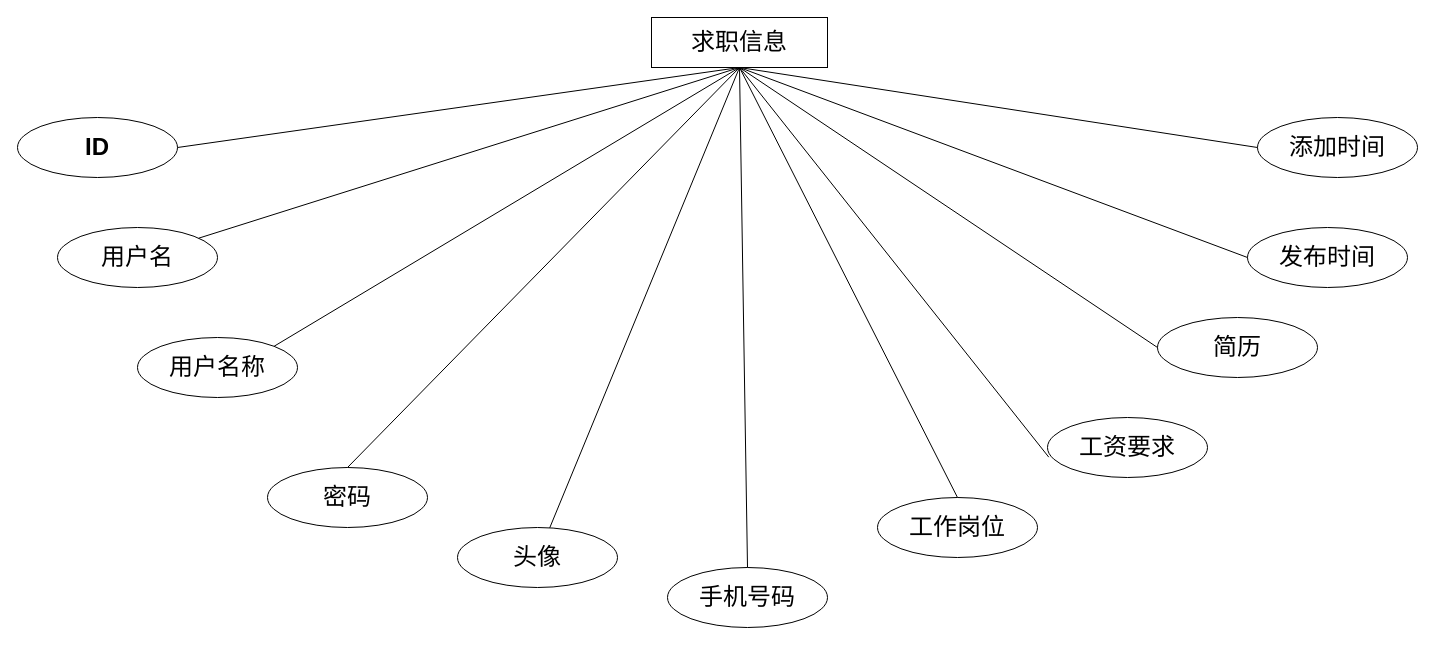
This is page "第 10 页" (10 of 16) of 未命名绘图.drawio from sangqiwei/sangqiwei, a draw.io file, before an edit. Source tidied: cells renumbered, new cells numbered last; positions are measured from the earlier drawing's top-left corner, leaving out a move shared by most shapes. Both pictures are drawn from the tidied source at 100%, with x=0, y=0 at pixel (17, 17).
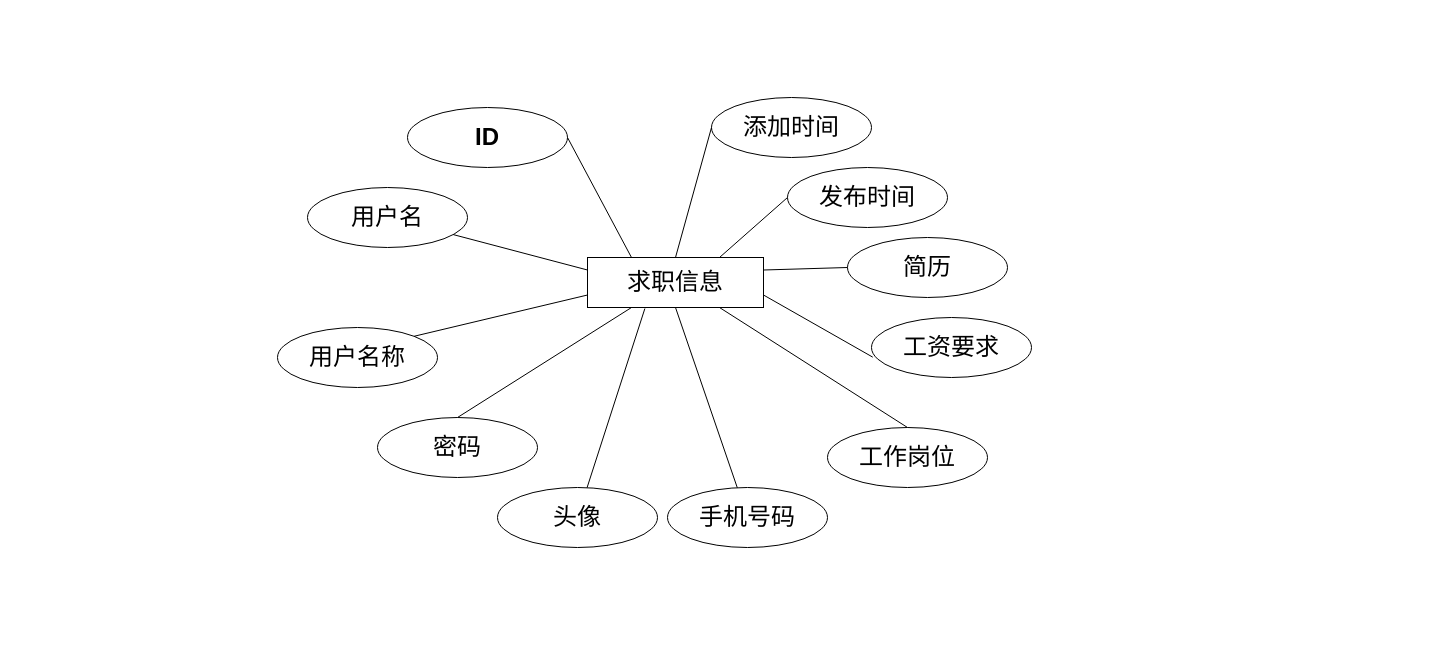
Above is the later version.

What changed in the source:
```diff
@@
     <mxCell id="2" value="&lt;span style=&quot;font-size: 24px;&quot;&gt;求职信息&lt;/span&gt;" style="whiteSpace=wrap;html=1;align=center;" parent="1" vertex="1">
-      <mxGeometry x="634" width="176" height="50" as="geometry" />
+      <mxGeometry x="570" y="240" width="176" height="50" as="geometry" />
     </mxCell>
     <mxCell id="3" value="&lt;font style=&quot;font-size: 24px;&quot;&gt;ID&lt;/font&gt;" style="ellipse;whiteSpace=wrap;html=1;align=center;fontStyle=1;" parent="1" vertex="1">
-      <mxGeometry y="100" width="160" height="60" as="geometry" />
+      <mxGeometry x="390" y="90" width="160" height="60" as="geometry" />
     </mxCell>
     <mxCell id="4" value="&lt;font style=&quot;font-size: 24px;&quot;&gt;用户名&lt;/font&gt;" style="ellipse;whiteSpace=wrap;html=1;align=center;" parent="1" vertex="1">
-      <mxGeometry x="40" y="210" width="160" height="60" as="geometry" />
+      <mxGeometry x="290" y="170" width="160" height="60" as="geometry" />
     </mxCell>
     <mxCell id="5" value="&lt;font style=&quot;font-size: 24px;&quot;&gt;密码&lt;/font&gt;" style="ellipse;whiteSpace=wrap;html=1;align=center;" parent="1" vertex="1">
-      <mxGeometry x="250" y="450" width="160" height="60" as="geometry" />
+      <mxGeometry x="360" y="400" width="160" height="60" as="geometry" />
     </mxCell>
     <mxCell id="6" value="&lt;font style=&quot;font-size: 24px;&quot;&gt;头像&lt;/font&gt;" style="ellipse;whiteSpace=wrap;html=1;align=center;" parent="1" vertex="1">
-      <mxGeometry x="440" y="510" width="160" height="60" as="geometry" />
+      <mxGeometry x="480" y="470" width="160" height="60" as="geometry" />
     </mxCell>
-    <mxCell id="7" style="endArrow=none;html=1;rounded=0;exitX=1;exitY=0.5;exitDx=0;exitDy=0;entryX=0.5;entryY=1;entryDx=0;entryDy=0;" parent="1" edge="1" source="3" target="2">
+    <mxCell id="7" style="endArrow=none;html=1;rounded=0;exitX=1;exitY=0.5;exitDx=0;exitDy=0;entryX=0.25;entryY=0;entryDx=0;entryDy=0;" parent="1" edge="1" source="3" target="2">
       <mxGeometry relative="1" as="geometry" />
     </mxCell>
-    <mxCell id="8" style="endArrow=none;html=1;rounded=0;entryX=0.5;entryY=1;entryDx=0;entryDy=0;" parent="1" edge="1" source="4" target="2">
+    <mxCell id="8" style="endArrow=none;html=1;rounded=0;entryX=0;entryY=0.25;entryDx=0;entryDy=0;" parent="1" edge="1" source="4" target="2">
       <mxGeometry relative="1" as="geometry" />
     </mxCell>
-    <mxCell id="9" style="endArrow=none;html=1;rounded=0;exitX=0.5;exitY=0;exitDx=0;exitDy=0;entryX=0.5;entryY=1;entryDx=0;entryDy=0;" parent="1" edge="1" source="5" target="2">
+    <mxCell id="9" style="endArrow=none;html=1;rounded=0;exitX=0.5;exitY=0;exitDx=0;exitDy=0;entryX=0.25;entryY=1;entryDx=0;entryDy=0;" parent="1" edge="1" source="5" target="2">
       <mxGeometry relative="1" as="geometry" />
     </mxCell>
-    <mxCell id="10" style="endArrow=none;html=1;rounded=0;entryX=0.5;entryY=1;entryDx=0;entryDy=0;" parent="1" edge="1" source="6" target="2">
+    <mxCell id="10" style="endArrow=none;html=1;rounded=0;entryX=0.326;entryY=1.02;entryDx=0;entryDy=0;entryPerimeter=0;" parent="1" edge="1" source="6" target="2">
       <mxGeometry relative="1" as="geometry" />
     </mxCell>
     <mxCell id="11" value="&lt;font style=&quot;font-size: 24px;&quot;&gt;添加时间&lt;/font&gt;" style="ellipse;whiteSpace=wrap;html=1;align=center;" parent="1" vertex="1">
-      <mxGeometry x="1240" y="100" width="160" height="60" as="geometry" />
+      <mxGeometry x="694" y="80" width="160" height="60" as="geometry" />
     </mxCell>
-    <mxCell id="12" style="endArrow=none;html=1;rounded=0;exitX=0;exitY=0.5;exitDx=0;exitDy=0;entryX=0.5;entryY=1;entryDx=0;entryDy=0;" parent="1" edge="1" source="11" target="2">
+    <mxCell id="12" style="endArrow=none;html=1;rounded=0;exitX=0;exitY=0.5;exitDx=0;exitDy=0;entryX=0.5;entryY=0;entryDx=0;entryDy=0;" parent="1" edge="1" source="11" target="2">
       <mxGeometry relative="1" as="geometry" />
     </mxCell>
     <mxCell id="13" value="&lt;font style=&quot;font-size: 24px;&quot;&gt;手机号码&lt;/font&gt;" style="ellipse;whiteSpace=wrap;html=1;align=center;" parent="1" vertex="1">
-      <mxGeometry x="650" y="550" width="160" height="60" as="geometry" />
+      <mxGeometry x="650" y="470" width="160" height="60" as="geometry" />
     </mxCell>
     <mxCell id="14" value="&lt;font style=&quot;font-size: 24px;&quot;&gt;用户名称&lt;/font&gt;" style="ellipse;whiteSpace=wrap;html=1;align=center;" parent="1" vertex="1">
-      <mxGeometry x="120" y="320" width="160" height="60" as="geometry" />
+      <mxGeometry x="260" y="310" width="160" height="60" as="geometry" />
     </mxCell>
-    <mxCell id="15" style="endArrow=none;html=1;rounded=0;exitX=1;exitY=0;exitDx=0;exitDy=0;entryX=0.5;entryY=1;entryDx=0;entryDy=0;" parent="1" edge="1" source="14" target="2">
+    <mxCell id="15" style="endArrow=none;html=1;rounded=0;exitX=1;exitY=0;exitDx=0;exitDy=0;entryX=0;entryY=0.75;entryDx=0;entryDy=0;" parent="1" edge="1" source="14" target="2">
       <mxGeometry relative="1" as="geometry" />
     </mxCell>
     <mxCell id="16" value="&lt;span style=&quot;font-size: 24px;&quot;&gt;工作岗位&lt;/span&gt;" style="ellipse;whiteSpace=wrap;html=1;align=center;" parent="1" vertex="1">
-      <mxGeometry x="860" y="480" width="160" height="60" as="geometry" />
+      <mxGeometry x="810" y="410" width="160" height="60" as="geometry" />
     </mxCell>
     <mxCell id="17" value="&lt;span style=&quot;font-size: 24px;&quot;&gt;工资要求&lt;/span&gt;" style="ellipse;whiteSpace=wrap;html=1;align=center;" parent="1" vertex="1">
-      <mxGeometry x="1030" y="400" width="160" height="60" as="geometry" />
+      <mxGeometry x="854" y="300" width="160" height="60" as="geometry" />
     </mxCell>
     <mxCell id="18" value="&lt;span style=&quot;font-size: 24px;&quot;&gt;简历&lt;/span&gt;" style="ellipse;whiteSpace=wrap;html=1;align=center;" parent="1" vertex="1">
-      <mxGeometry x="1140" y="300" width="160" height="60" as="geometry" />
+      <mxGeometry x="830" y="220" width="160" height="60" as="geometry" />
     </mxCell>
     <mxCell id="19" value="&lt;span style=&quot;font-size: 24px;&quot;&gt;发布时间&lt;/span&gt;" style="ellipse;whiteSpace=wrap;html=1;align=center;" parent="1" vertex="1">
-      <mxGeometry x="1230" y="210" width="160" height="60" as="geometry" />
+      <mxGeometry x="770" y="150" width="160" height="60" as="geometry" />
     </mxCell>
-    <mxCell id="20" style="endArrow=none;html=1;rounded=0;exitX=0;exitY=0.5;exitDx=0;exitDy=0;entryX=0.5;entryY=1;entryDx=0;entryDy=0;" parent="1" edge="1" source="19" target="2">
+    <mxCell id="20" style="endArrow=none;html=1;rounded=0;exitX=0;exitY=0.5;exitDx=0;exitDy=0;entryX=0.75;entryY=0;entryDx=0;entryDy=0;" parent="1" edge="1" source="19" target="2">
       <mxGeometry relative="1" as="geometry" />
     </mxCell>
-    <mxCell id="21" style="endArrow=none;html=1;rounded=0;exitX=0;exitY=0.5;exitDx=0;exitDy=0;entryX=0.5;entryY=1;entryDx=0;entryDy=0;" parent="1" edge="1" source="18" target="2">
+    <mxCell id="21" style="endArrow=none;html=1;rounded=0;exitX=0;exitY=0.5;exitDx=0;exitDy=0;entryX=1;entryY=0.25;entryDx=0;entryDy=0;" parent="1" edge="1" source="18" target="2">
       <mxGeometry relative="1" as="geometry" />
     </mxCell>
-    <mxCell id="22" style="endArrow=none;html=1;rounded=0;exitX=0.008;exitY=0.661;exitDx=0;exitDy=0;entryX=0.5;entryY=1;entryDx=0;entryDy=0;exitPerimeter=0;" parent="1" edge="1" source="17" target="2">
+    <mxCell id="22" style="endArrow=none;html=1;rounded=0;exitX=0.008;exitY=0.661;exitDx=0;exitDy=0;entryX=1;entryY=0.75;entryDx=0;entryDy=0;exitPerimeter=0;" parent="1" edge="1" source="17" target="2">
       <mxGeometry relative="1" as="geometry" />
     </mxCell>
-    <mxCell id="23" style="endArrow=none;html=1;rounded=0;exitX=0.5;exitY=0;exitDx=0;exitDy=0;entryX=0.5;entryY=1;entryDx=0;entryDy=0;" parent="1" edge="1" source="16" target="2">
+    <mxCell id="23" style="endArrow=none;html=1;rounded=0;exitX=0.5;exitY=0;exitDx=0;exitDy=0;entryX=0.75;entryY=1;entryDx=0;entryDy=0;" parent="1" edge="1" source="16" target="2">
       <mxGeometry relative="1" as="geometry" />
     </mxCell>
-    <mxCell id="24" style="endArrow=none;html=1;rounded=0;exitX=0.5;exitY=0;exitDx=0;exitDy=0;entryX=0.5;entryY=1;entryDx=0;entryDy=0;" parent="1" edge="1" source="13" target="2">
+    <mxCell id="24" style="endArrow=none;html=1;rounded=0;entryX=0.5;entryY=1;entryDx=0;entryDy=0;" parent="1" edge="1" source="13" target="2">
       <mxGeometry relative="1" as="geometry" />
     </mxCell>
```
